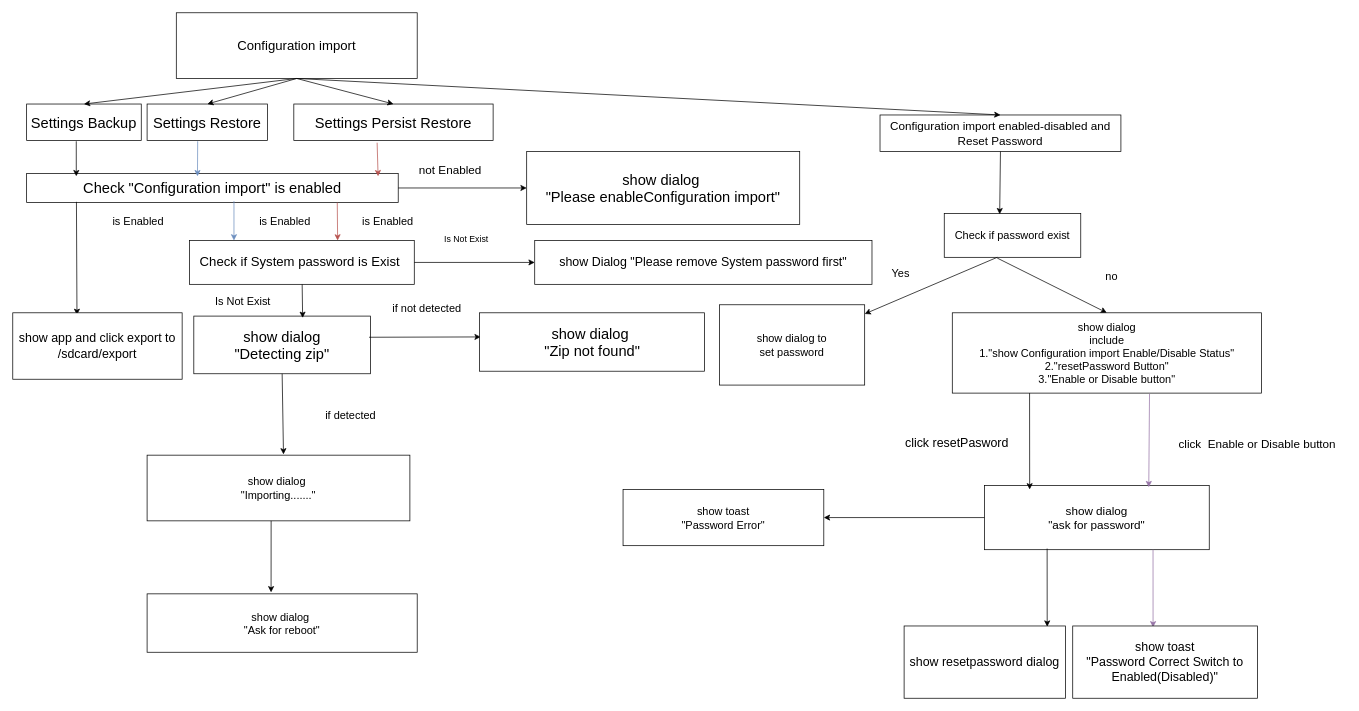
The draw.io diagram 流程圖.drawio in yuchinchenTW/IDT_-forgreengrassv2_log, before the edit. Source tidied: cells renumbered, new cells numbered last; positions are measured from the earlier drawing's top-left corner, leaving out a move shared by most shapes. Both pictures are drawn from the tidied source at 73%, with x=0, y=0 at pixel (12, 12).
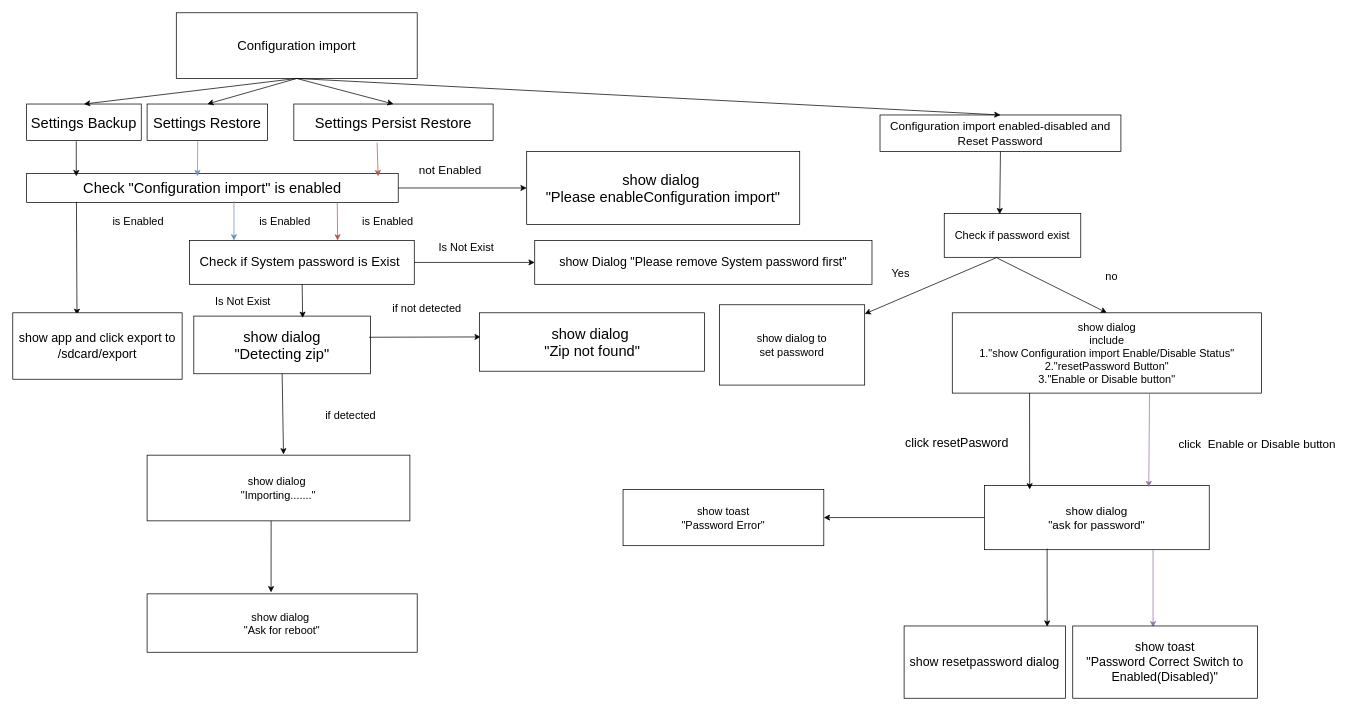
The same diagram, later.

Commit message:
更新流程圖.drawio

Change to the diagram source:
```diff
@@
-    <mxCell id="57" value="Is Not Exist" style="text;html=1;strokeColor=none;fillColor=none;align=center;verticalAlign=middle;whiteSpace=wrap;rounded=0;" parent="1" vertex="1">
-      <mxGeometry x="561" y="290" width="121" height="42" as="geometry" />
+    <mxCell id="57" value="&lt;font style=&quot;font-size: 15px;&quot;&gt;Is Not Exist&lt;/font&gt;" style="text;html=1;strokeColor=none;fillColor=none;align=center;verticalAlign=middle;whiteSpace=wrap;rounded=0;" parent="1" vertex="1">
+      <mxGeometry x="561" y="300" width="121" height="42" as="geometry" />
     </mxCell>
```
